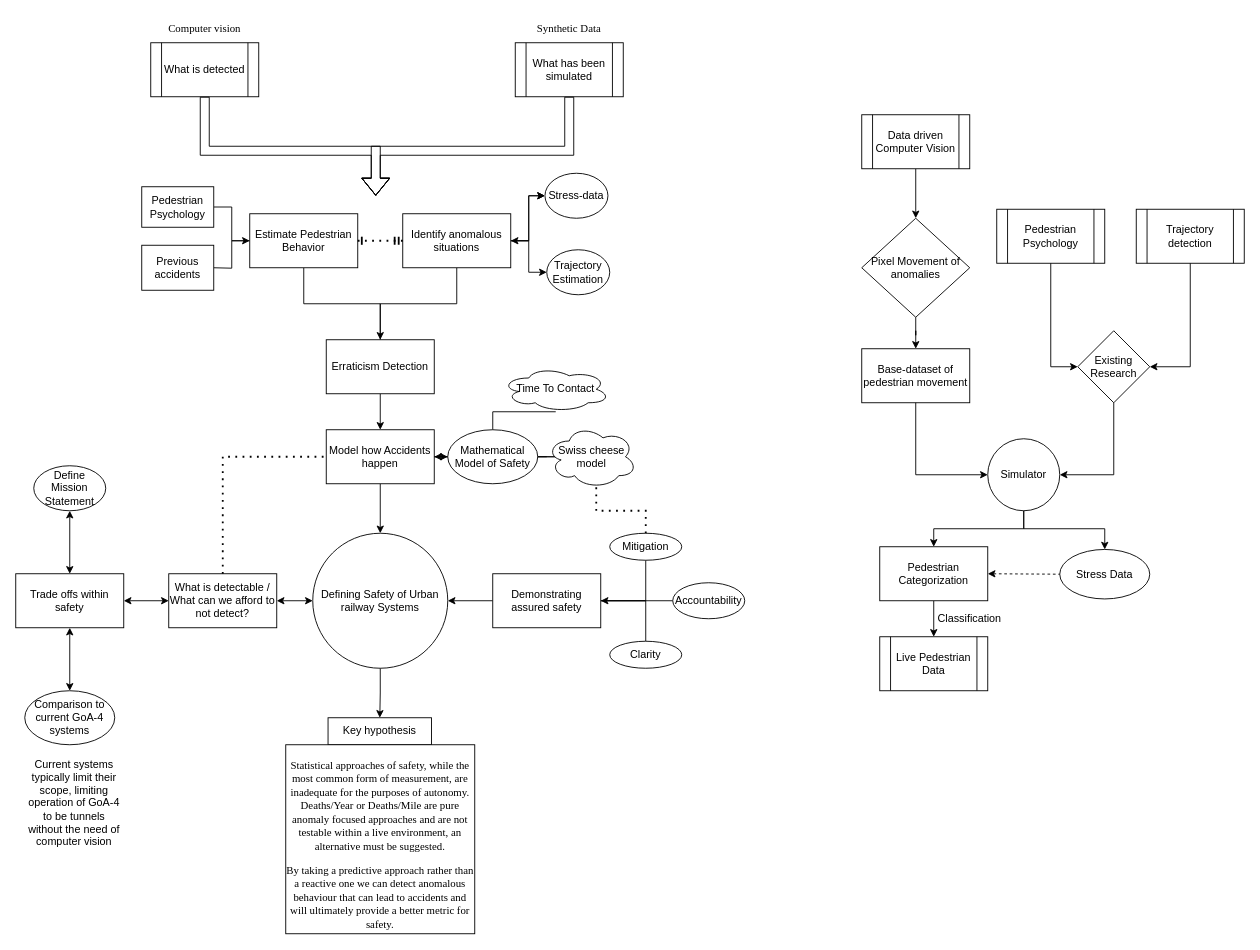
Above: Untitled Diagram.drawio in TortoiseFather/SimpleRailwaySim (draw.io), before the change. Source tidied: cells renumbered, new cells numbered last; positions are measured from the earlier drawing's top-left corner, leaving out a move shared by most shapes. Both pictures are drawn from the tidied source at 90%, with x=0, y=0 at pixel (15, 15).
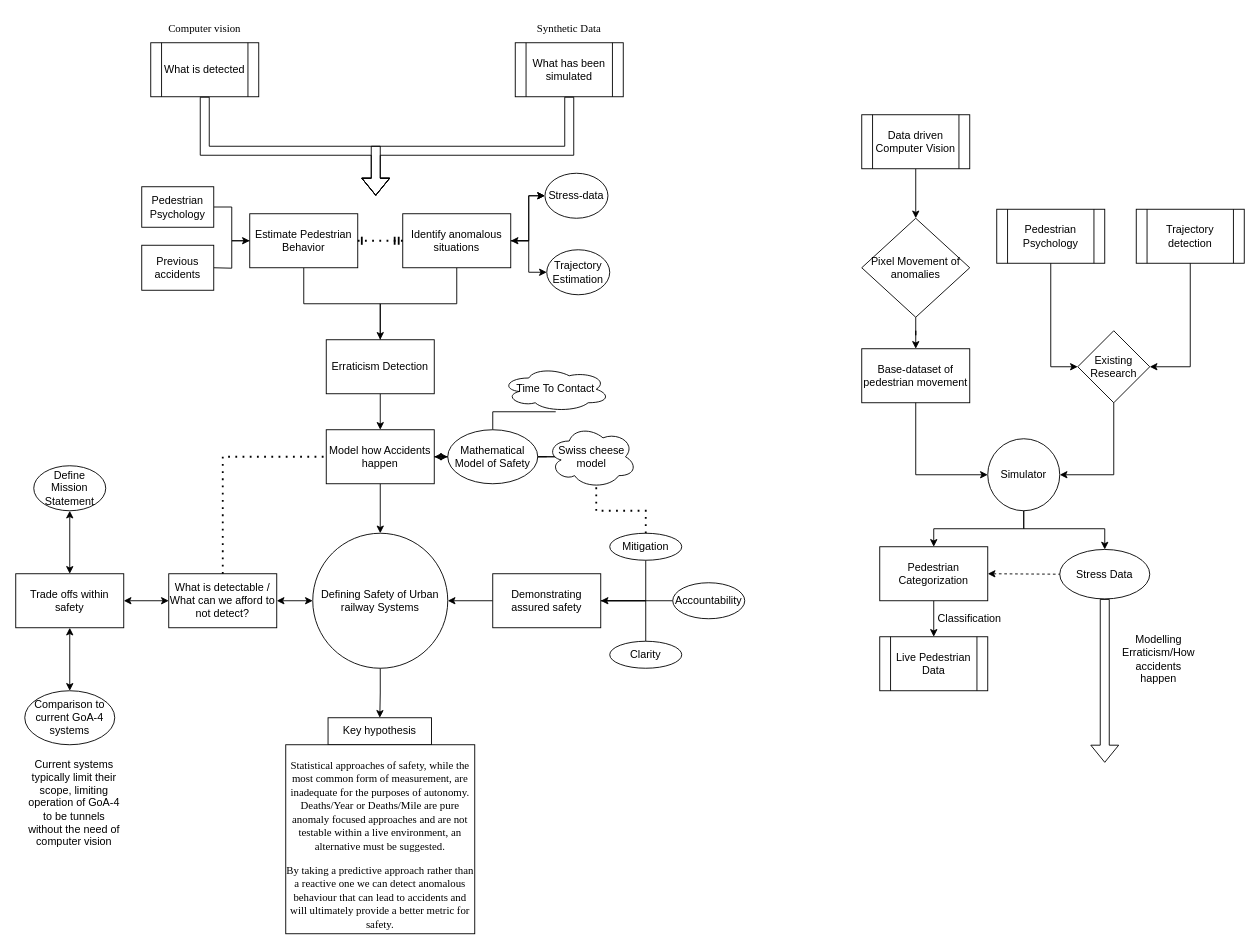
The same page after the edit.

The change refers to these unchanged cells:
```xml
<mxCell id="73" value="Stress Data" style="ellipse;whiteSpace=wrap;html=1;" parent="1" vertex="1">
  <mxGeometry x="1160" y="593" width="100" height="55" as="geometry" />
</mxCell>
```

What changed in the source:
```diff
@@
+    <mxCell id="76" style="shape=flexArrow;endArrow=classic;html=1;rounded=0;exitX=0.5;exitY=1;exitDx=0;exitDy=0;" parent="1" edge="1" source="73">
+      <mxGeometry relative="1" as="geometry">
+        <mxPoint x="1210" y="830" as="targetPoint" />
+      </mxGeometry>
+    </mxCell>
+    <mxCell id="77" value="Modelling Erraticism/How accidents happen" style="text;html=1;strokeColor=none;fillColor=none;align=center;verticalAlign=middle;whiteSpace=wrap;rounded=0;" parent="1" vertex="1">
+      <mxGeometry x="1240" y="700" width="60" height="30" as="geometry" />
+    </mxCell>
```
